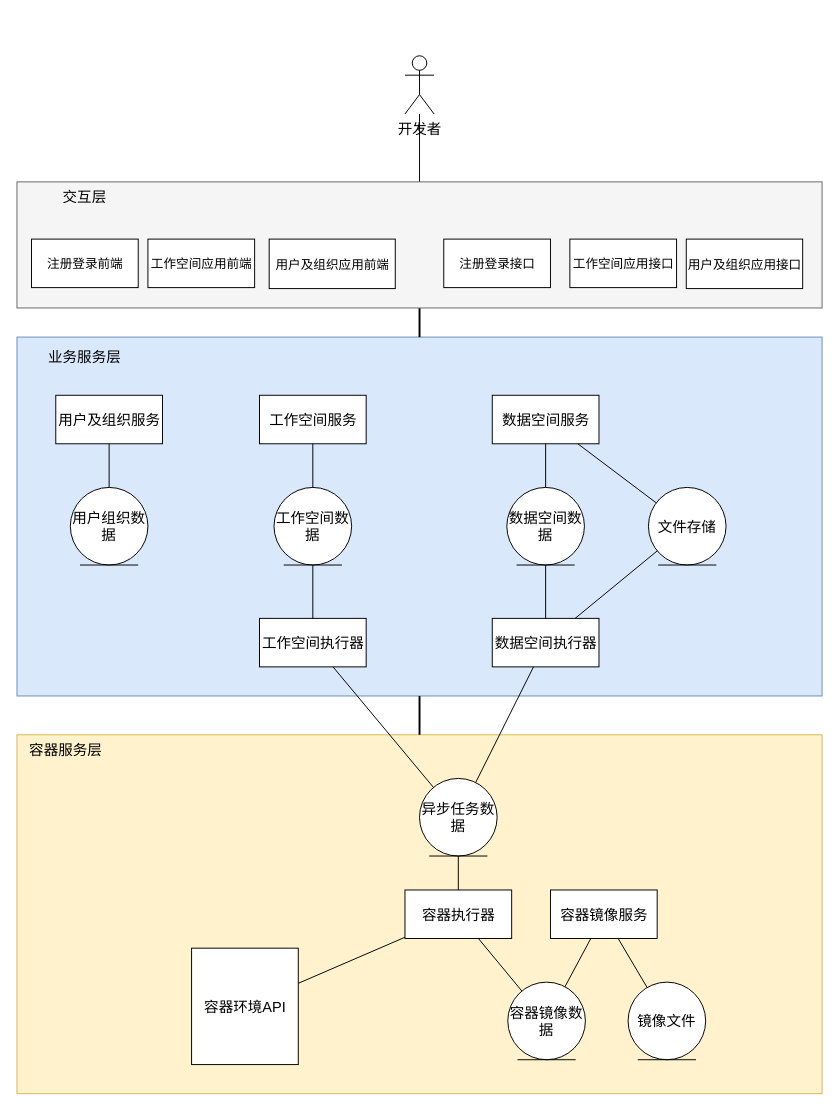
The draw.io diagram architecure/_design/02.logic.drawio in codepodspace/docs, before the edit. Source tidied: cells renumbered, new cells numbered last; positions are measured from the earlier drawing's top-left corner, leaving out a move shared by most shapes. Both pictures are drawn from the tidied source at 97%, with x=0, y=0 at pixel (16, 55).
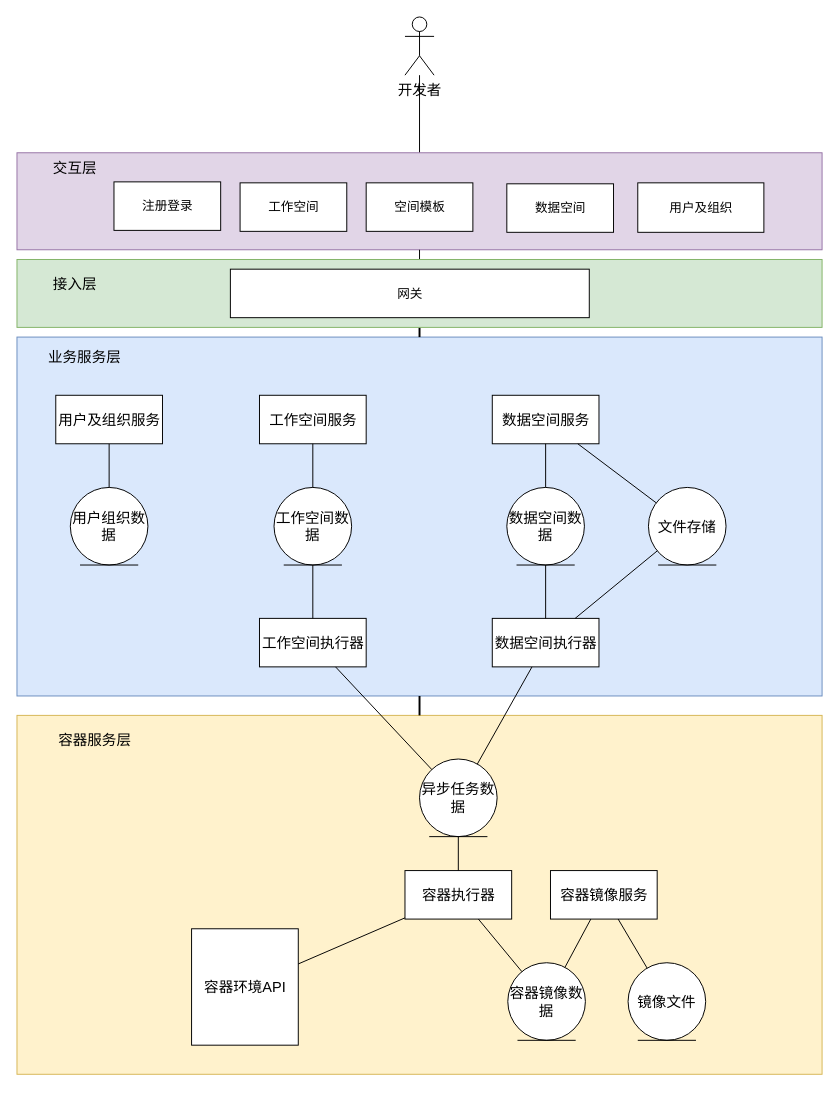
The same diagram, later.

Unchanged cells that the change refers to:
```xml
<mxCell id="2" style="rounded=0;whiteSpace=wrap;html=1;fillColor=#dae8fc;strokeColor=#6c8ebf;fontSize=15;" parent="1" vertex="1">
  <mxGeometry y="290" width="830" height="370" as="geometry" />
</mxCell>
```

Change to the diagram source:
```diff
@@
     <mxCell id="18" value="开发者" style="shape=umlActor;verticalLabelPosition=bottom;verticalAlign=top;html=1;fontSize=15;" parent="1" vertex="1">
-      <mxGeometry x="400" width="30" height="60" as="geometry" />
+      <mxGeometry x="400" y="-40" width="30" height="60" as="geometry" />
     </mxCell>
-    <mxCell id="19" style="edgeStyle=none;html=1;strokeWidth=2;endArrow=none;endFill=0;" parent="1" edge="1" source="20" target="2">
+    <mxCell id="19" style="edgeStyle=none;html=1;strokeWidth=2;endArrow=none;endFill=0;" parent="1" edge="1" source="49" target="2">
       <mxGeometry relative="1" as="geometry" />
     </mxCell>
-    <mxCell id="20" style="rounded=0;whiteSpace=wrap;html=1;fontSize=13;fillColor=#f5f5f5;strokeColor=#666666;fontColor=#333333;" parent="1" vertex="1">
-      <mxGeometry y="130" width="830" height="130" as="geometry" />
+    <mxCell id="20" style="rounded=0;whiteSpace=wrap;html=1;fontSize=13;fillColor=#e1d5e7;strokeColor=#9673a6;" parent="1" vertex="1">
+      <mxGeometry y="100" width="830" height="100" as="geometry" />
     </mxCell>
-    <mxCell id="21" value="工作空间应用前端" style="html=1;fontSize=13;" parent="1" vertex="1">
-      <mxGeometry x="135" y="189" width="110" height="50" as="geometry" />
+    <mxCell id="21" value="工作空间" style="html=1;fontSize=13;" parent="1" vertex="1">
+      <mxGeometry x="230" y="131" width="110" height="50" as="geometry" />
     </mxCell>
-    <mxCell id="22" value="工作空间应用接口" style="html=1;fontSize=13;" parent="1" vertex="1">
-      <mxGeometry x="570" y="189" width="110" height="50" as="geometry" />
-    </mxCell>
-    <mxCell id="23" value="用户及组织应用接口" style="html=1;fontSize=13;" parent="1" vertex="1">
-      <mxGeometry x="690" y="189" width="120" height="51" as="geometry" />
-    </mxCell>
-    <mxCell id="24" value="用户及组织应用前端" style="html=1;fontSize=13;" parent="1" vertex="1">
-      <mxGeometry x="260" y="189" width="130" height="51" as="geometry" />
+    <mxCell id="24" value="用户及组织" style="html=1;fontSize=13;" parent="1" vertex="1">
+      <mxGeometry x="640" y="131" width="130" height="51" as="geometry" />
     </mxCell>
     <mxCell id="25" value="交互层" style="text;html=1;strokeColor=none;fillColor=none;align=center;verticalAlign=middle;whiteSpace=wrap;rounded=0;fontSize=15;" parent="1" vertex="1">
-      <mxGeometry x="40" y="130" width="60" height="30" as="geometry" />
+      <mxGeometry x="30" y="100" width="60" height="30" as="geometry" />
     </mxCell>
@@
     <mxCell id="29" style="group;" parent="1" vertex="1">
-      <mxGeometry y="700" width="830" height="370" as="geometry" />
+      <mxGeometry y="680" width="830" height="370" as="geometry" />
     </mxCell>
@@
     <mxCell id="40" value="容器服务层" style="text;html=1;align=center;verticalAlign=middle;strokeColor=none;fillColor=none;fontSize=15;" parent="29" vertex="1">
-      <mxGeometry width="100" height="30" as="geometry" />
+      <mxGeometry x="30" y="10" width="100" height="30" as="geometry" />
     </mxCell>
@@
-    <mxCell id="46" value="注册登录前端" style="html=1;fontSize=13;" parent="1" vertex="1">
-      <mxGeometry x="15" y="189" width="110" height="50" as="geometry" />
+    <mxCell id="46" value="注册登录" style="html=1;fontSize=13;" parent="1" vertex="1">
+      <mxGeometry x="100" y="130" width="110" height="50" as="geometry" />
     </mxCell>
-    <mxCell id="47" value="注册登录接口" style="html=1;fontSize=13;" parent="1" vertex="1">
-      <mxGeometry x="440" y="189" width="110" height="50" as="geometry" />
-    </mxCell>
+    <mxCell id="48" style="edgeStyle=none;html=1;endArrow=none;endFill=0;" parent="1" edge="1" source="49" target="20">
+      <mxGeometry relative="1" as="geometry" />
+    </mxCell>
+    <mxCell id="49" style="rounded=0;whiteSpace=wrap;html=1;fontSize=13;fillColor=#d5e8d4;strokeColor=#82b366;" parent="1" vertex="1">
+      <mxGeometry y="210" width="830" height="70" as="geometry" />
+    </mxCell>
+    <mxCell id="50" value="网关" style="html=1;fontSize=13;" parent="1" vertex="1">
+      <mxGeometry x="220" y="220" width="370" height="50" as="geometry" />
+    </mxCell>
+    <mxCell id="51" value="接入层" style="text;html=1;strokeColor=none;fillColor=none;align=center;verticalAlign=middle;whiteSpace=wrap;rounded=0;fontSize=15;" parent="1" vertex="1">
+      <mxGeometry x="30" y="220" width="60" height="30" as="geometry" />
+    </mxCell>
+    <mxCell id="52" value="空间模板" style="html=1;fontSize=13;" parent="1" vertex="1">
+      <mxGeometry x="360" y="131" width="110" height="50" as="geometry" />
+    </mxCell>
+    <mxCell id="53" value="数据空间" style="html=1;fontSize=13;" parent="1" vertex="1">
+      <mxGeometry x="505" y="132" width="110" height="50" as="geometry" />
+    </mxCell>
```
